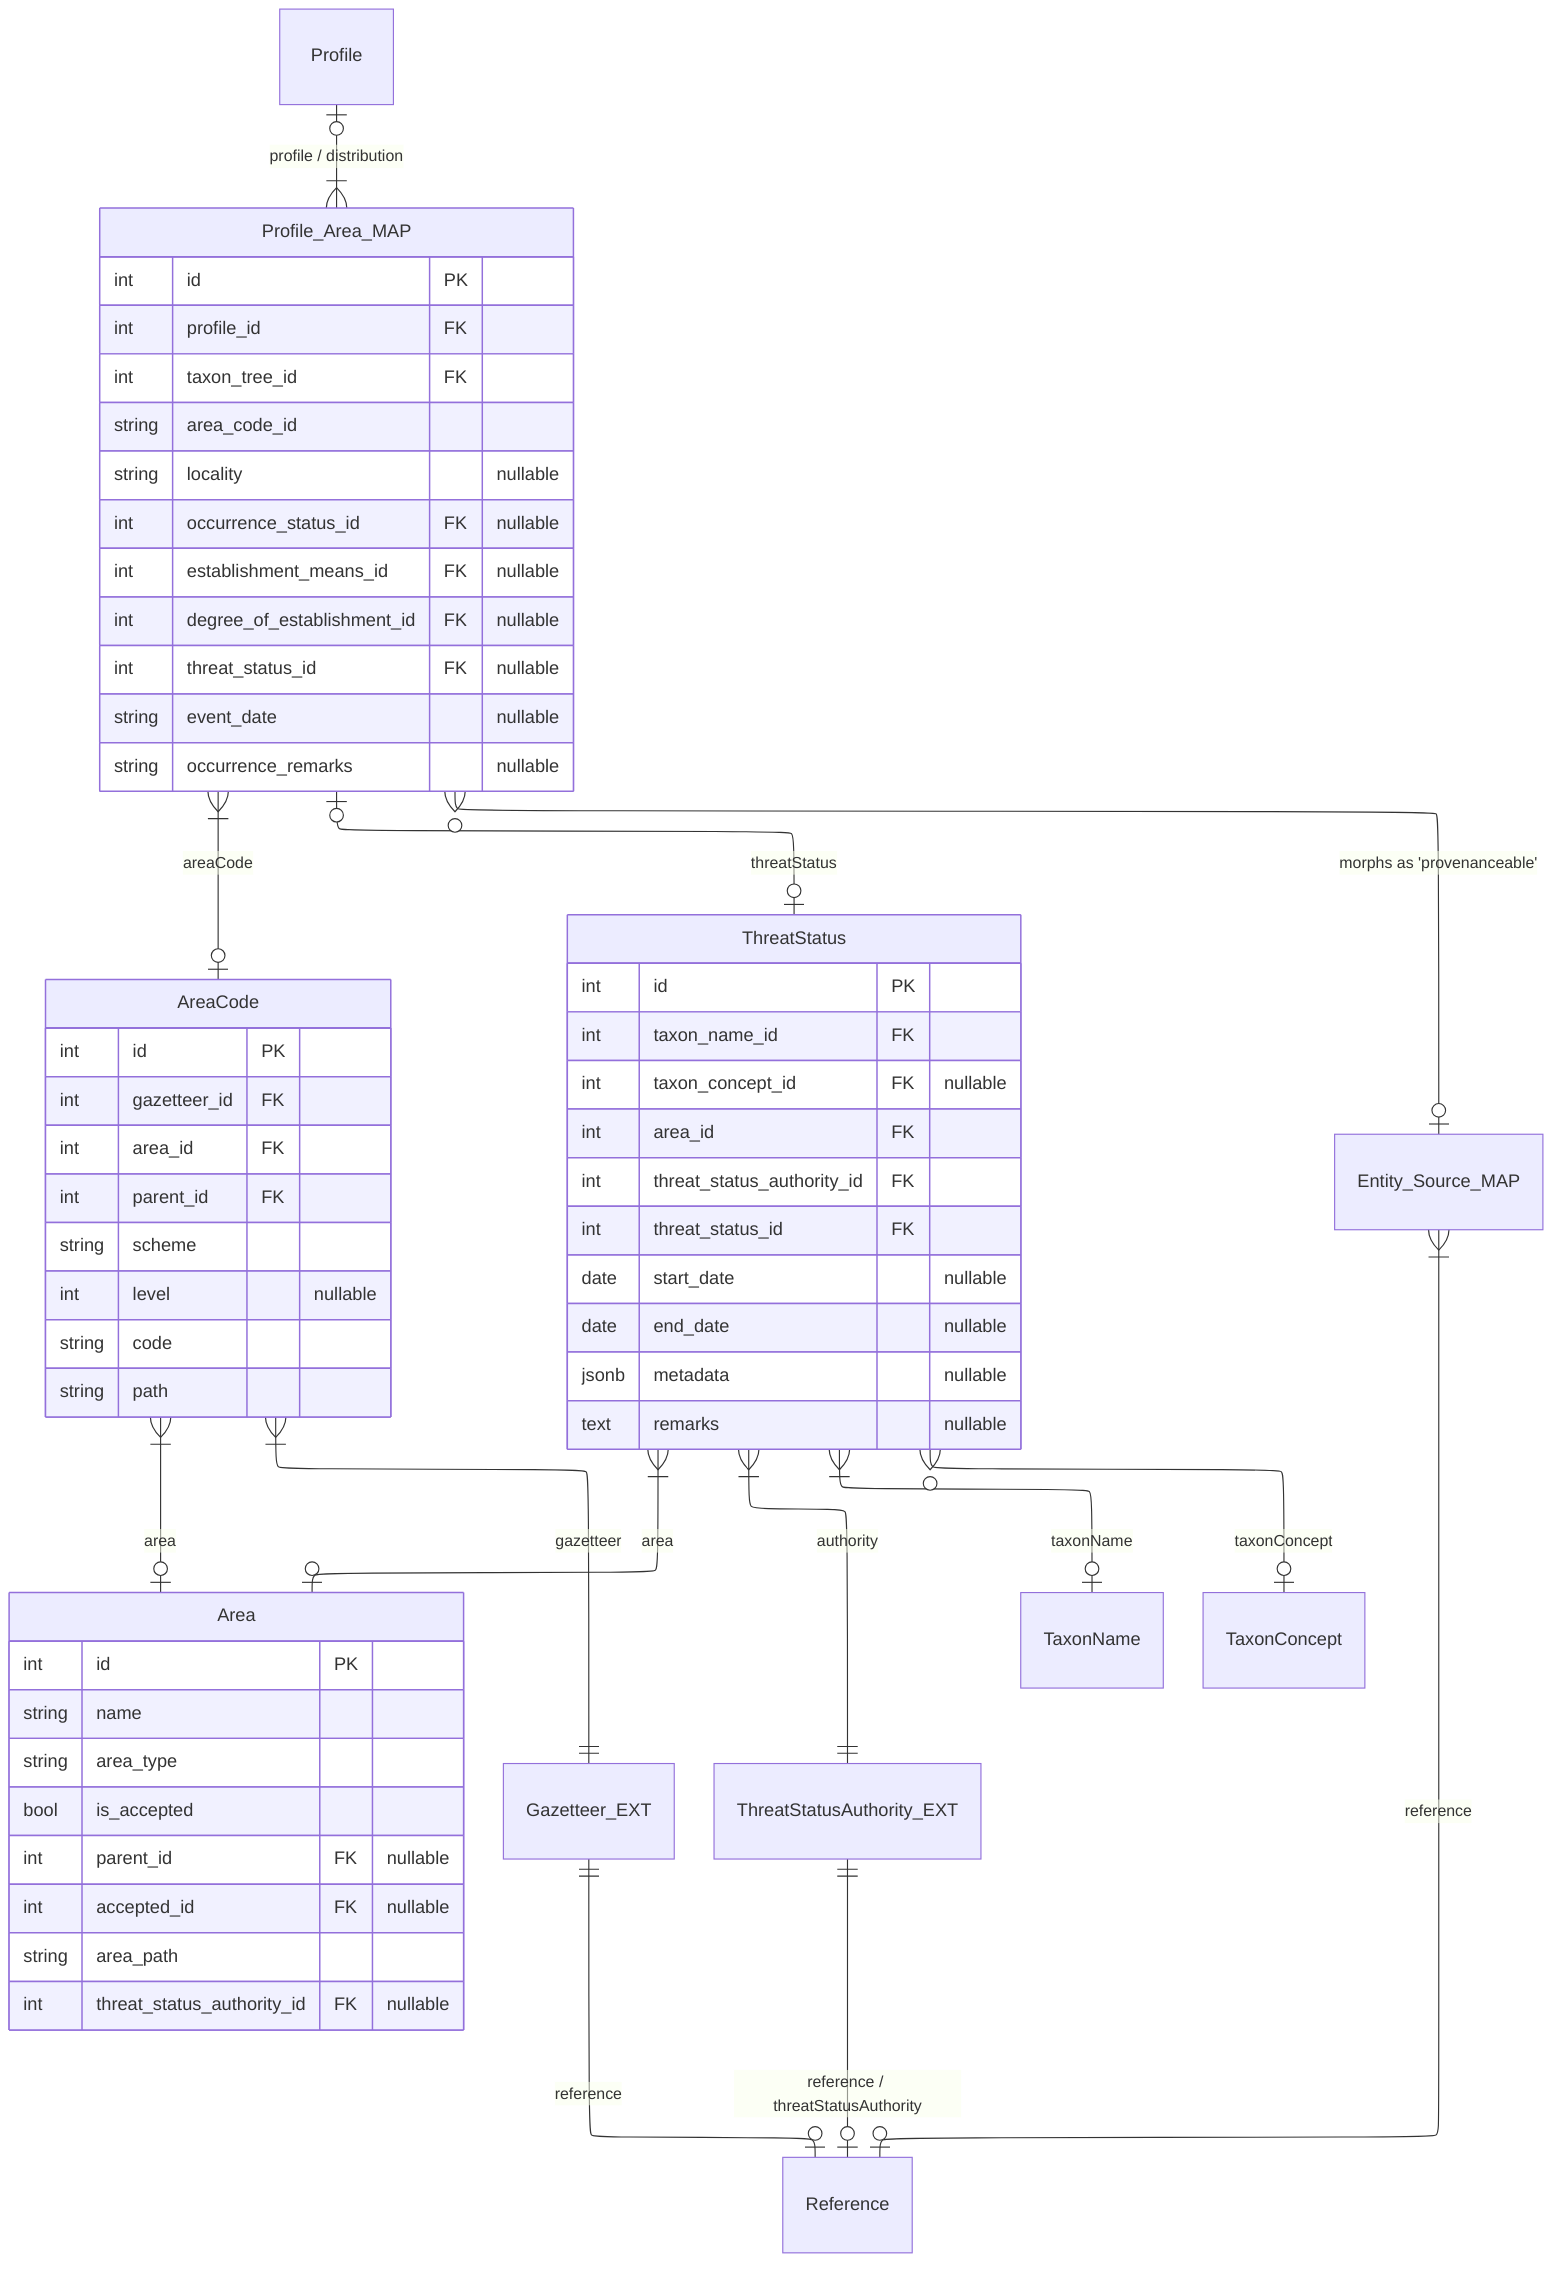
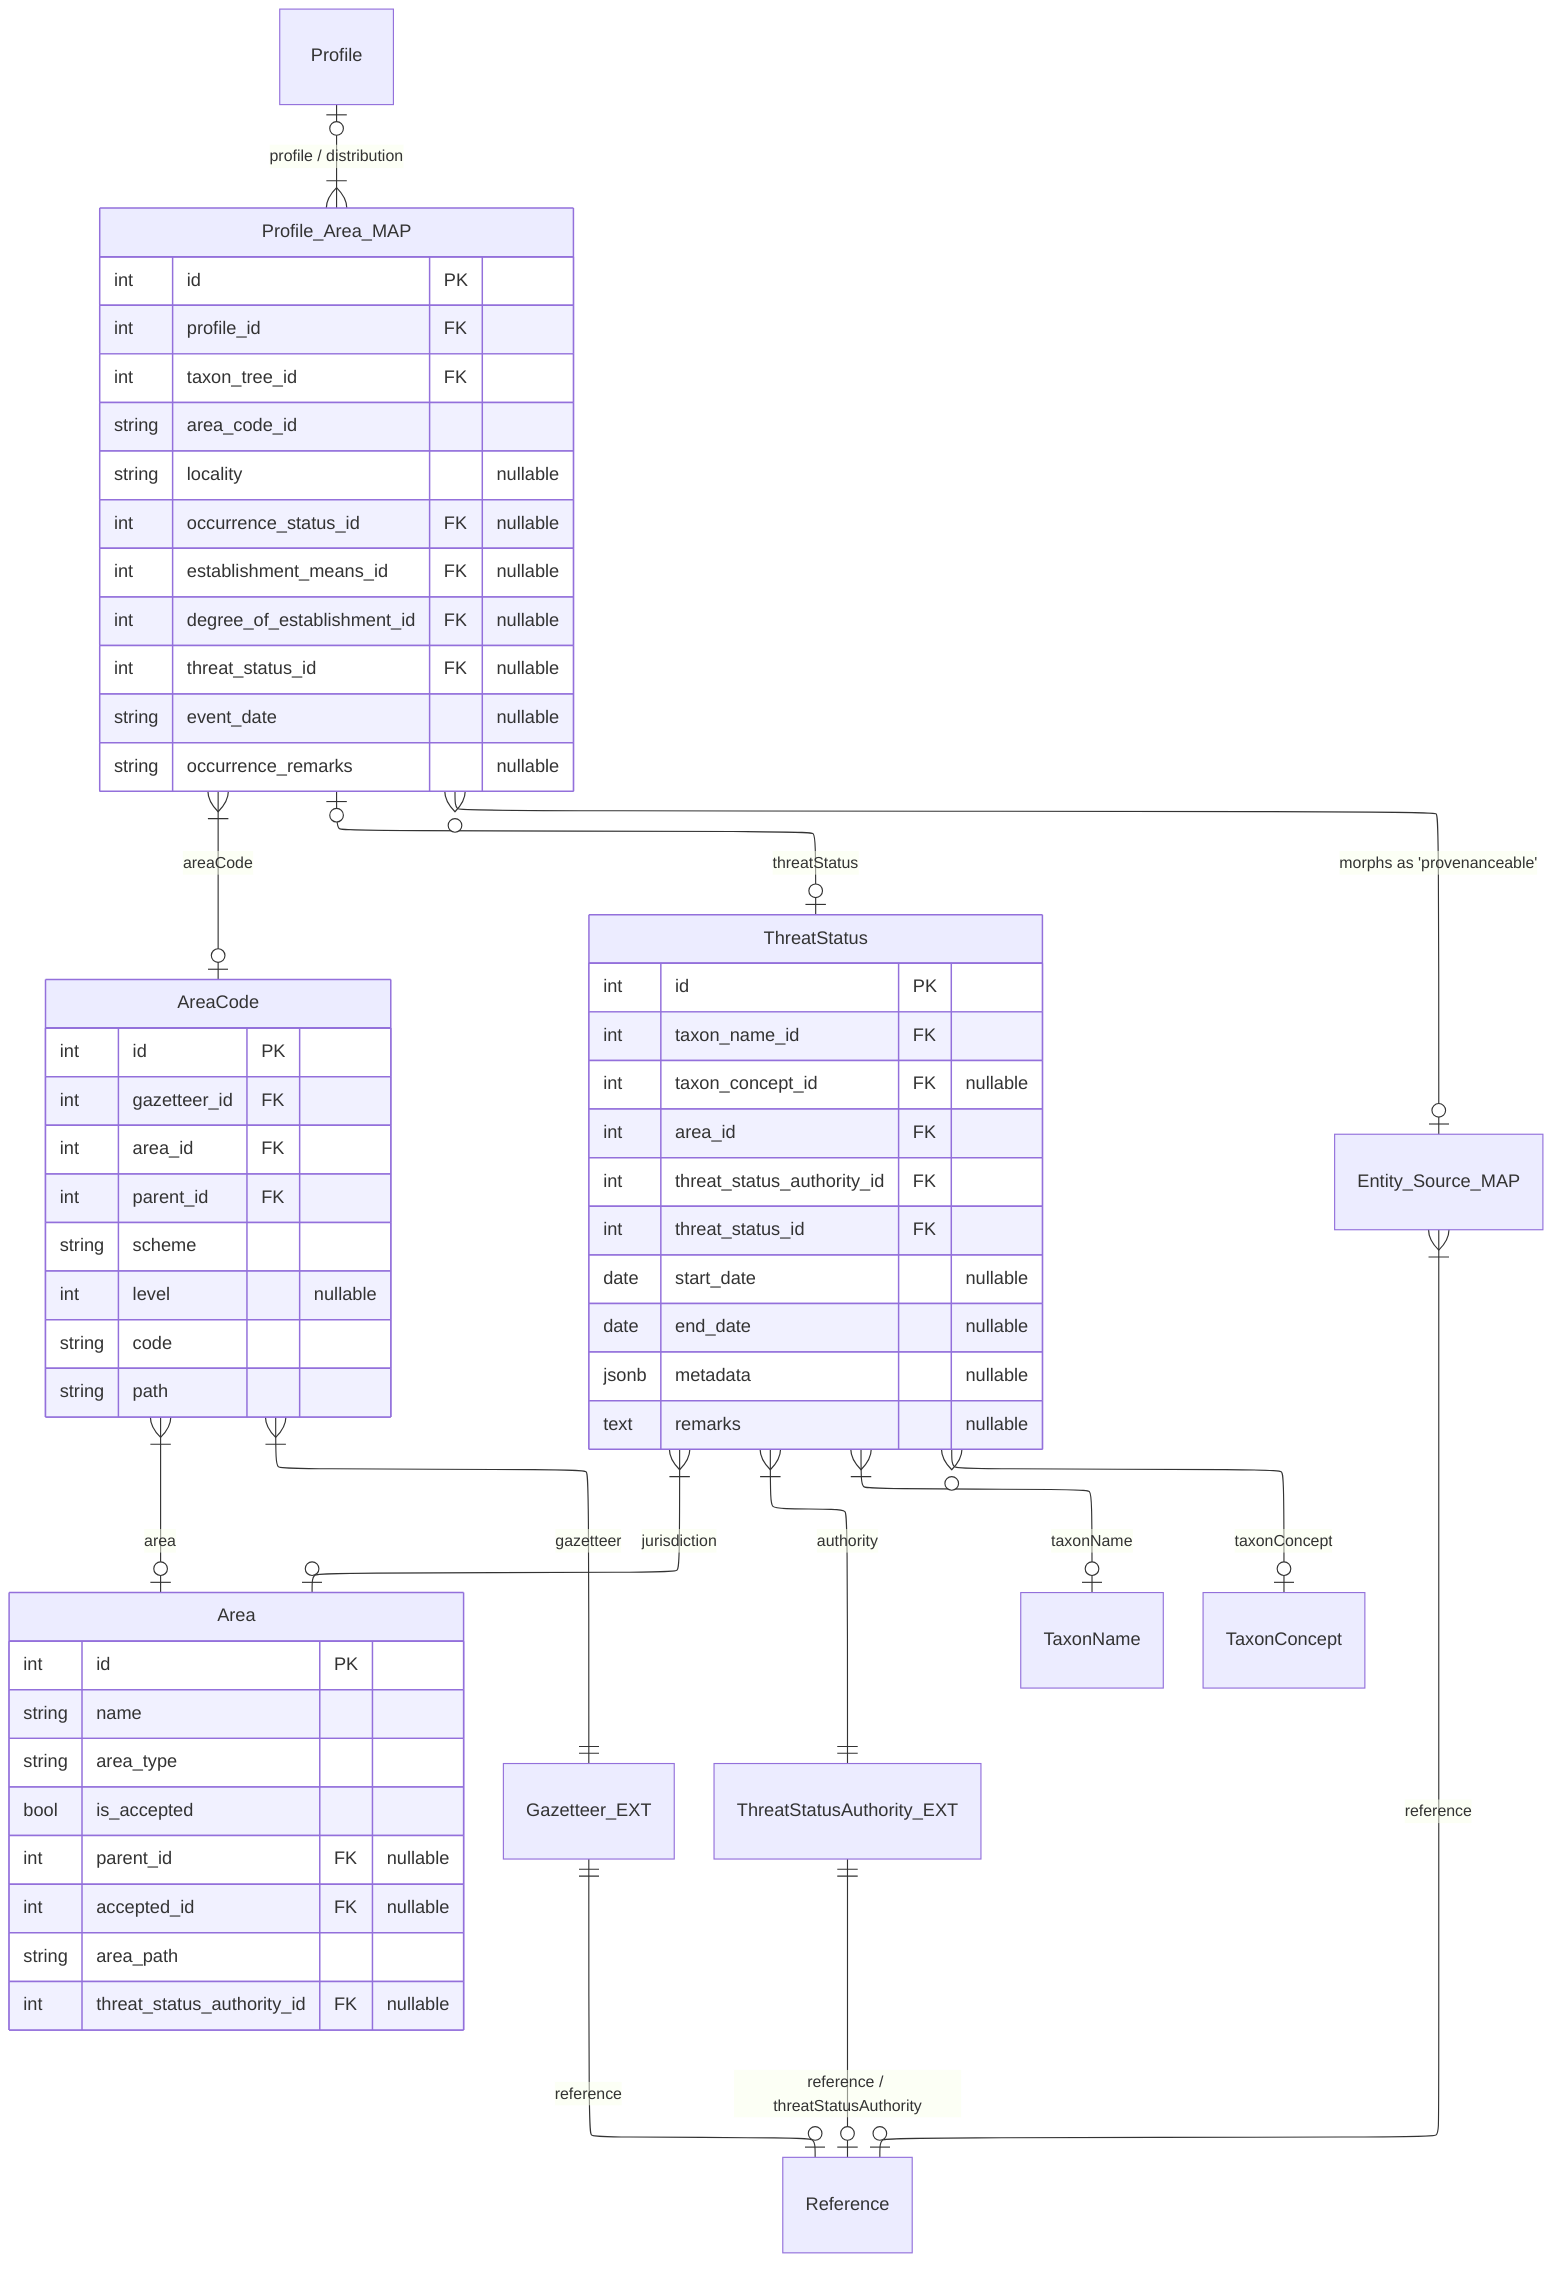
---
config:
  layout: elk
---
erDiagram
  Profile |o--|{ Profile_Area_MAP : "profile / distribution"

  %% Profile }o--o{ Entity_Source_MAP : "morphs as 'provenanceable'"
  Profile_Area_MAP }|--o| AreaCode : "areaCode"
  AreaCode }|--o| Area : area
  AreaCode }|--|| Gazetteer_EXT : "gazetteer"
  Gazetteer_EXT ||--o| Reference : reference

  Profile_Area_MAP |o--o| ThreatStatus : threatStatus
  ThreatStatus }|--|| ThreatStatusAuthority_EXT : "authority"
-   ThreatStatus }|--o| Area : "area"
+   ThreatStatus }|--o| Area : "jurisdiction"
  ThreatStatusAuthority_EXT ||--o| Reference : "reference / threatStatusAuthority"
  ThreatStatus }|--o| TaxonName : "taxonName"
  ThreatStatus }o--o| TaxonConcept : "taxonConcept"

  Profile_Area_MAP }o--o| Entity_Source_MAP : "morphs as 'provenanceable'"
  Entity_Source_MAP }|--o| Reference : "reference"

  Profile_Area_MAP {
    int id PK
    int profile_id FK
    int taxon_tree_id FK
    string area_code_id
    string locality "nullable"
    int occurrence_status_id FK "nullable"
    int establishment_means_id FK "nullable"
    int degree_of_establishment_id FK "nullable"
    int threat_status_id FK "nullable"
    string event_date "nullable"
    string occurrence_remarks "nullable"
  }

  AreaCode {
    int id PK
    int gazetteer_id FK
    int area_id FK
    int parent_id FK
    string scheme
    int level "nullable"
    string code
    string path
  }

  Area {
    int id PK
    string name
    string area_type
    bool is_accepted
    int parent_id FK "nullable"
    int accepted_id FK "nullable"
    string area_path
    int threat_status_authority_id FK "nullable"
  }

  ThreatStatus {
    int id PK
    int taxon_name_id FK
    int taxon_concept_id FK "nullable"
    int area_id FK
    int threat_status_authority_id FK
    int threat_status_id FK
    date start_date "nullable"
    date end_date "nullable"
    jsonb metadata "nullable"
    text remarks "nullable"
  }